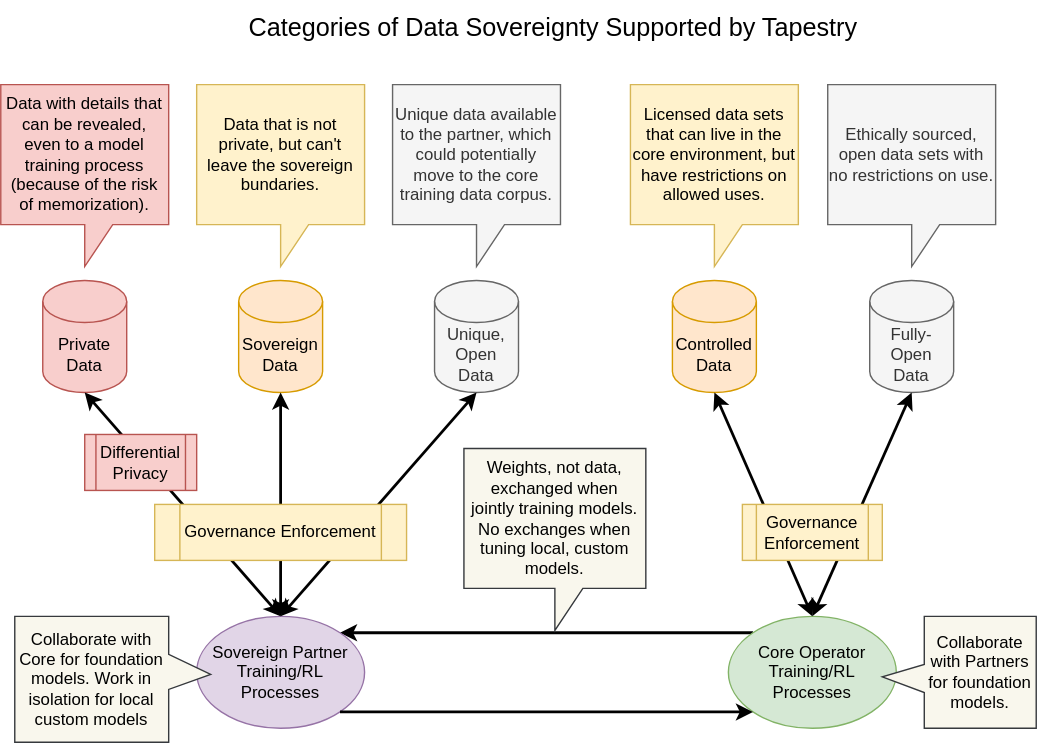
The-AI-Alliance/tapestry keeps this draw.io diagram as tech-docs/architecture/diagrams/data-sovereignty.svg. Above is the earlier version. Source tidied: cells renumbered, new cells last; positions are measured from the earlier drawing's top-left corner, leaving out a move shared by most shapes.
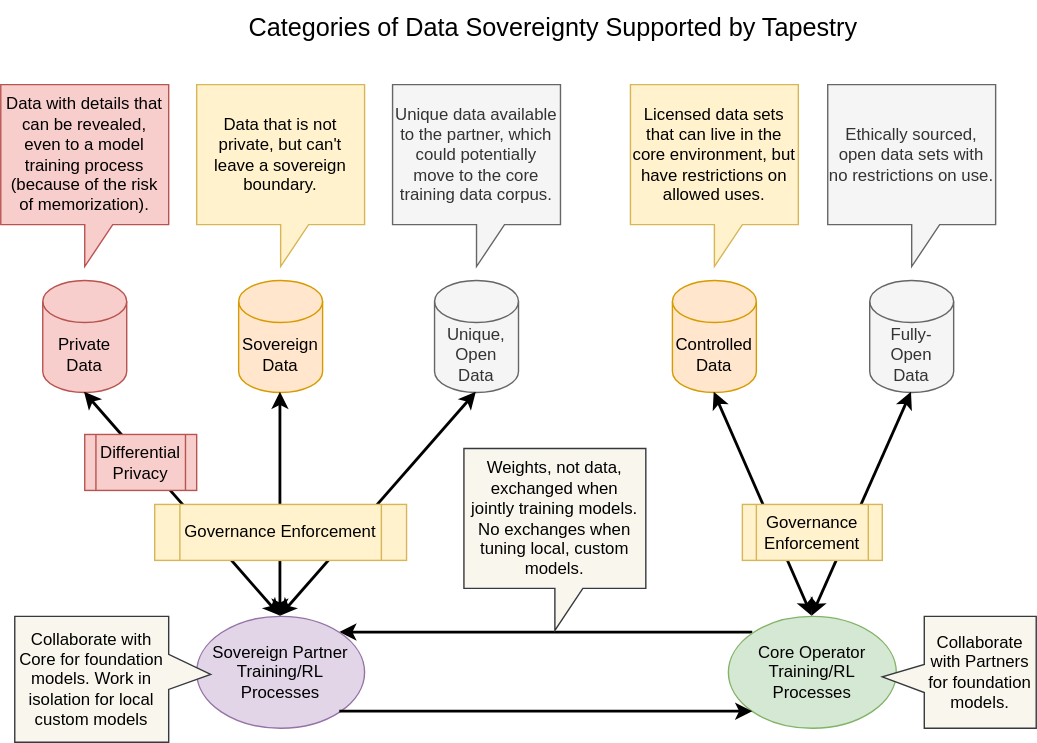
The same diagram one commit later.

Change to the diagram source:
```diff
@@ -35,7 +35,7 @@
     <mxCell id="12" value="Data with details that can be revealed, even to a model training process (because of the risk of memorization)." style="shape=callout;whiteSpace=wrap;html=1;perimeter=calloutPerimeter;fillColor=#f8cecc;strokeColor=#b85450;" parent="1" vertex="1">
       <mxGeometry y="60" width="120" height="130" as="geometry" />
     </mxCell>
-    <mxCell id="13" value="Data that is not private, but can't leave the sovereign bundaries." style="shape=callout;whiteSpace=wrap;html=1;perimeter=calloutPerimeter;fillColor=#fff2cc;strokeColor=#d6b656;" parent="1" vertex="1">
+    <mxCell id="13" value="Data that is not private, but can't leave a sovereign boundary." style="shape=callout;whiteSpace=wrap;html=1;perimeter=calloutPerimeter;fillColor=#fff2cc;strokeColor=#d6b656;" parent="1" vertex="1">
       <mxGeometry x="140" y="60" width="120" height="130" as="geometry" />
     </mxCell>
     <mxCell id="14" value="Unique data available to the partner, which could potentially move to the core training data corpus." style="shape=callout;whiteSpace=wrap;html=1;perimeter=calloutPerimeter;fillColor=#f5f5f5;strokeColor=#666666;fontColor=#333333;" parent="1" vertex="1">
```
